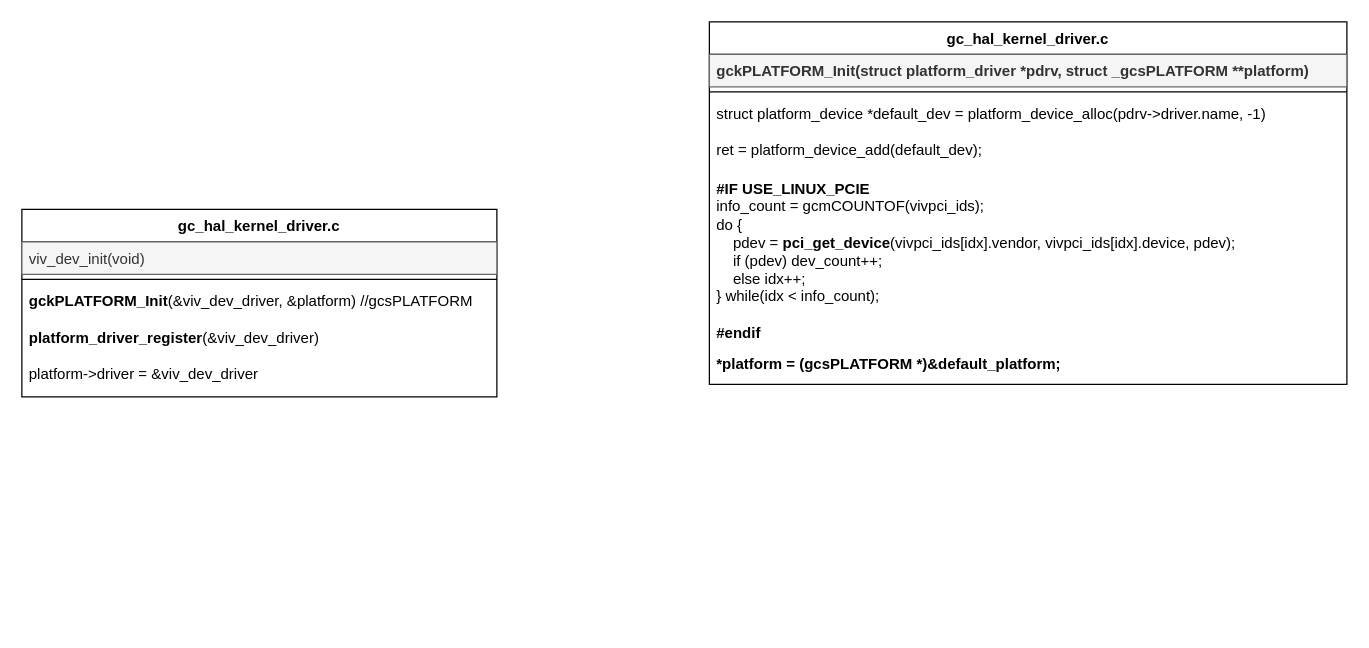
Before: device_driver.drawio in evolution124/mydiagram, a draw.io diagram. Source tidied: cells renumbered, new cells numbered last; positions are measured from the earlier drawing's top-left corner, leaving out a move shared by most shapes. Both pictures are drawn from the tidied source at 125%, with x=0, y=0 at pixel (21, 21).
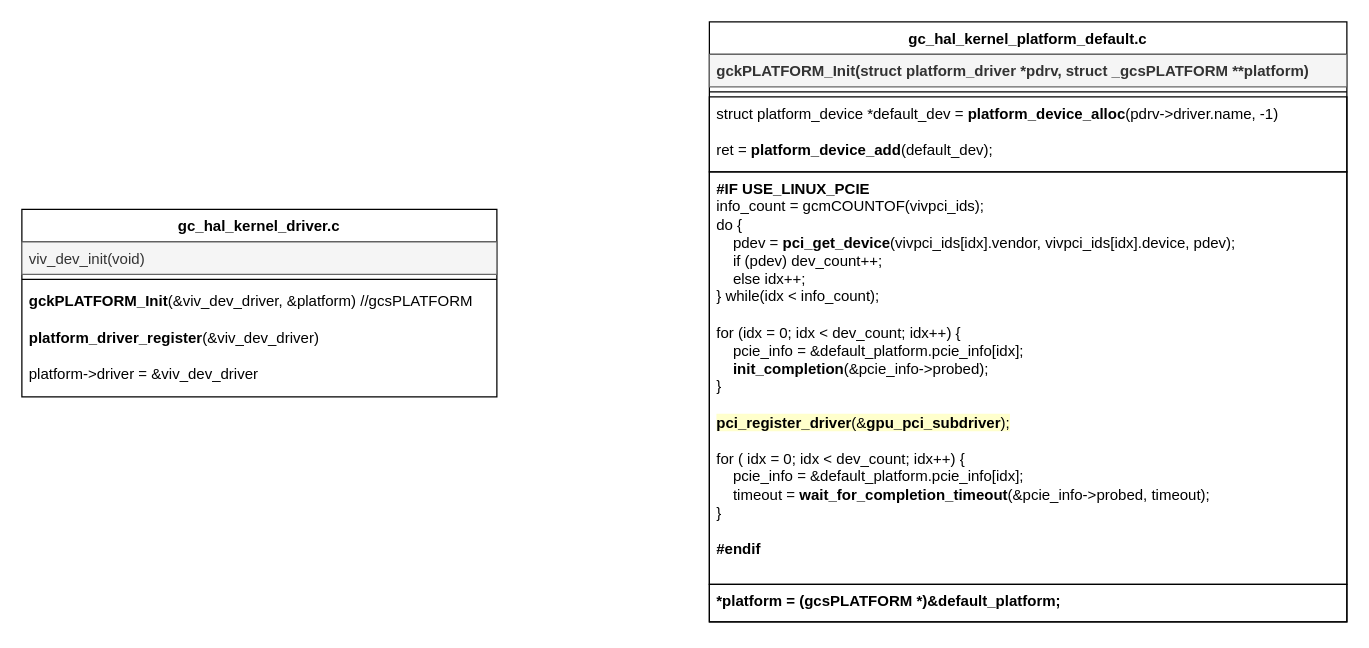
Above is the later version.

Change to the diagram source:
```diff
@@
 <mxGraphModel>
   <root>
     <mxCell id="0" />
     <mxCell id="1" parent="0" />
     <mxCell id="2" value="gc_hal_kernel_driver.c" style="swimlane;fontStyle=1;align=center;verticalAlign=top;horizontal=1;startSize=26;whiteSpace=wrap;html=1;" parent="1" vertex="1">
       <mxGeometry y="150" width="380" height="150" as="geometry" />
     </mxCell>
     <mxCell id="3" value="viv_dev_init(void)" style="text;strokeColor=#666666;fillColor=#f5f5f5;align=left;verticalAlign=top;spacingLeft=4;spacingRight=4;overflow=hidden;whiteSpace=wrap;html=1;fontColor=#333333;" parent="2" vertex="1">
       <mxGeometry y="26" width="380" height="26" as="geometry" />
     </mxCell>
     <mxCell id="4" style="line;strokeWidth=1;fillColor=none;align=left;verticalAlign=middle;spacingTop=-1;spacingLeft=3;spacingRight=3;labelPosition=right;strokeColor=inherit;" parent="2" vertex="1">
       <mxGeometry y="52" width="380" height="8" as="geometry" />
     </mxCell>
     <mxCell id="5" value="&lt;b&gt;gckPLATFORM_Init&lt;/b&gt;(&amp;amp;viv_dev_driver, &amp;amp;platform) //gcsPLATFORM&lt;div&gt;&lt;br&gt;&lt;/div&gt;&lt;div&gt;&lt;b&gt;platform_driver_register&lt;/b&gt;(&amp;amp;viv_dev_driver)&lt;/div&gt;&lt;div&gt;&lt;br&gt;&lt;/div&gt;&lt;div&gt;platform-&amp;gt;driver = &amp;amp;viv_dev_driver&lt;/div&gt;" style="text;strokeColor=none;fillColor=none;align=left;verticalAlign=top;spacingLeft=4;spacingRight=4;overflow=hidden;whiteSpace=wrap;html=1;" parent="2" vertex="1">
       <mxGeometry y="60" width="380" height="90" as="geometry" />
     </mxCell>
-    <mxCell id="6" value="gc_hal_kernel_driver.c" style="swimlane;fontStyle=1;align=center;verticalAlign=top;horizontal=1;startSize=26;whiteSpace=wrap;html=1;" parent="1" vertex="1">
-      <mxGeometry x="550" width="510" height="290" as="geometry" />
+    <mxCell id="6" value="gc_hal_kernel_platform_default.c" style="swimlane;fontStyle=1;align=center;verticalAlign=top;horizontal=1;startSize=26;whiteSpace=wrap;html=1;" parent="1" vertex="1">
+      <mxGeometry x="550" width="510" height="480" as="geometry" />
     </mxCell>
     <mxCell id="7" value="&lt;b&gt;gckPLATFORM_Init(struct platform_driver *pdrv, struct _gcsPLATFORM **platform)&lt;/b&gt;" style="text;strokeColor=#666666;fillColor=#f5f5f5;align=left;verticalAlign=top;spacingLeft=4;spacingRight=4;overflow=hidden;whiteSpace=wrap;html=1;fontColor=#333333;" parent="6" vertex="1">
       <mxGeometry y="26" width="510" height="26" as="geometry" />
     </mxCell>
     <mxCell id="8" style="line;strokeWidth=1;fillColor=none;align=left;verticalAlign=middle;spacingTop=-1;spacingLeft=3;spacingRight=3;labelPosition=right;strokeColor=inherit;" parent="6" vertex="1">
       <mxGeometry y="52" width="510" height="8" as="geometry" />
     </mxCell>
-    <mxCell id="9" value="struct platform_device *default_dev = platform_device_alloc(pdrv-&amp;gt;driver.name, -1)&lt;div&gt;&lt;br&gt;&lt;/div&gt;&lt;div&gt;ret = platform_device_add(default_dev);&lt;/div&gt;&lt;div&gt;&lt;br&gt;&lt;/div&gt;&lt;div&gt;&lt;b&gt;&lt;br&gt;&lt;/b&gt;&lt;/div&gt;" style="text;strokeColor=none;fillColor=none;align=left;verticalAlign=top;spacingLeft=4;spacingRight=4;overflow=hidden;whiteSpace=wrap;html=1;" parent="6" vertex="1">
+    <mxCell id="9" value="struct platform_device *default_dev = &lt;b&gt;platform_device_alloc&lt;/b&gt;(pdrv-&amp;gt;driver.name, -1)&lt;div&gt;&lt;br&gt;&lt;/div&gt;&lt;div&gt;ret = &lt;b&gt;platform_device_add&lt;/b&gt;(default_dev);&lt;/div&gt;" style="text;strokeColor=default;fillColor=none;align=left;verticalAlign=top;spacingLeft=4;spacingRight=4;overflow=hidden;whiteSpace=wrap;html=1;" parent="6" vertex="1">
       <mxGeometry y="60" width="510" height="60" as="geometry" />
     </mxCell>
-    <mxCell id="10" value="&lt;div&gt;&lt;b&gt;#IF USE_LINUX_PCIE&lt;/b&gt;&lt;/div&gt;&lt;div&gt;info_count = gcmCOUNTOF(vivpci_ids);&lt;/div&gt;&lt;div&gt;do {&lt;/div&gt;&lt;div&gt;&amp;nbsp; &amp;nbsp; pdev = &lt;b&gt;pci_get_device&lt;/b&gt;(vivpci_ids[idx].vendor, vivpci_ids[idx].device, pdev);&lt;/div&gt;&lt;div&gt;&amp;nbsp; &amp;nbsp; if (pdev) dev_count++;&lt;/div&gt;&lt;div&gt;&amp;nbsp; &amp;nbsp; else idx++;&lt;/div&gt;&lt;div&gt;} while(idx &amp;lt; info_count);&lt;/div&gt;&lt;div&gt;&lt;br&gt;&lt;/div&gt;&lt;div&gt;&lt;b&gt;#endif&lt;/b&gt;&lt;/div&gt;" style="text;strokeColor=none;fillColor=none;align=left;verticalAlign=top;spacingLeft=4;spacingRight=4;overflow=hidden;whiteSpace=wrap;html=1;" parent="6" vertex="1">
-      <mxGeometry y="120" width="510" height="140" as="geometry" />
+    <mxCell id="10" value="&lt;div&gt;&lt;b&gt;#IF USE_LINUX_PCIE&lt;/b&gt;&lt;/div&gt;&lt;div&gt;info_count = gcmCOUNTOF(vivpci_ids);&lt;/div&gt;&lt;div&gt;do {&lt;/div&gt;&lt;div&gt;&amp;nbsp; &amp;nbsp; pdev = &lt;b&gt;pci_get_device&lt;/b&gt;(vivpci_ids[idx].vendor, vivpci_ids[idx].device, pdev);&lt;/div&gt;&lt;div&gt;&amp;nbsp; &amp;nbsp; if (pdev) dev_count++;&lt;/div&gt;&lt;div&gt;&amp;nbsp; &amp;nbsp; else idx++;&lt;/div&gt;&lt;div&gt;} while(idx &amp;lt; info_count);&lt;/div&gt;&lt;div&gt;&lt;br&gt;&lt;/div&gt;&lt;div&gt;for (idx = 0; idx &amp;lt; dev_count; idx++) {&lt;/div&gt;&lt;div&gt;&amp;nbsp; &amp;nbsp; pcie_info = &amp;amp;default_platform.pcie_info[idx];&lt;/div&gt;&lt;div&gt;&amp;nbsp; &amp;nbsp; &lt;b&gt;init_completion&lt;/b&gt;(&amp;amp;pcie_info-&amp;gt;probed);&lt;/div&gt;&lt;div&gt;}&lt;/div&gt;&lt;div&gt;&lt;br&gt;&lt;/div&gt;&lt;div&gt;&lt;span style=&quot;background-color: light-dark(rgb(255, 255, 204), rgb(255, 255, 255));&quot;&gt;&lt;b&gt;pci_register_driver&lt;/b&gt;(&amp;amp;&lt;b&gt;gpu_pci_subdriver&lt;/b&gt;);&lt;/span&gt;&lt;/div&gt;&lt;div&gt;&lt;span style=&quot;background-color: light-dark(rgb(255, 255, 204), rgb(255, 255, 255));&quot;&gt;&lt;font&gt;&lt;br&gt;&lt;/font&gt;&lt;/span&gt;&lt;/div&gt;&lt;div&gt;&lt;font style=&quot;background-color: light-dark(#ffffff, var(--ge-dark-color, #121212));&quot;&gt;for ( idx = 0; idx &amp;lt; dev_count; idx++) {&lt;/font&gt;&lt;/div&gt;&lt;div&gt;&lt;font style=&quot;background-color: light-dark(#ffffff, var(--ge-dark-color, #121212));&quot;&gt;&amp;nbsp; &amp;nbsp; pcie_info = &amp;amp;default_platform.pcie_info[idx];&lt;/font&gt;&lt;/div&gt;&lt;div&gt;&lt;font style=&quot;background-color: light-dark(#ffffff, var(--ge-dark-color, #121212));&quot;&gt;&amp;nbsp; &amp;nbsp; timeout = &lt;b&gt;wait_for_completion_timeout&lt;/b&gt;(&amp;amp;pcie_info-&amp;gt;probed, timeout);&lt;/font&gt;&lt;/div&gt;&lt;div&gt;&lt;font style=&quot;background-color: light-dark(#ffffff, var(--ge-dark-color, #121212));&quot;&gt;}&lt;/font&gt;&lt;/div&gt;&lt;div&gt;&lt;br&gt;&lt;/div&gt;&lt;div&gt;&lt;b&gt;#endif&lt;/b&gt;&lt;/div&gt;" style="text;strokeColor=default;fillColor=none;align=left;verticalAlign=top;spacingLeft=4;spacingRight=4;overflow=hidden;whiteSpace=wrap;html=1;" parent="6" vertex="1">
+      <mxGeometry y="120" width="510" height="330" as="geometry" />
     </mxCell>
-    <mxCell id="11" value="&lt;div&gt;&lt;b&gt;*platform = (gcsPLATFORM *)&amp;amp;default_platform;&lt;/b&gt;&lt;/div&gt;" style="text;strokeColor=none;fillColor=none;align=left;verticalAlign=top;spacingLeft=4;spacingRight=4;overflow=hidden;whiteSpace=wrap;html=1;" parent="6" vertex="1">
-      <mxGeometry y="260" width="510" height="30" as="geometry" />
+    <mxCell id="11" value="&lt;div&gt;&lt;b&gt;*platform = (gcsPLATFORM *)&amp;amp;default_platform;&lt;/b&gt;&lt;/div&gt;" style="text;strokeColor=default;fillColor=none;align=left;verticalAlign=top;spacingLeft=4;spacingRight=4;overflow=hidden;whiteSpace=wrap;html=1;" parent="6" vertex="1">
+      <mxGeometry y="450" width="510" height="30" as="geometry" />
     </mxCell>
   </root>
 </mxGraphModel>
```
